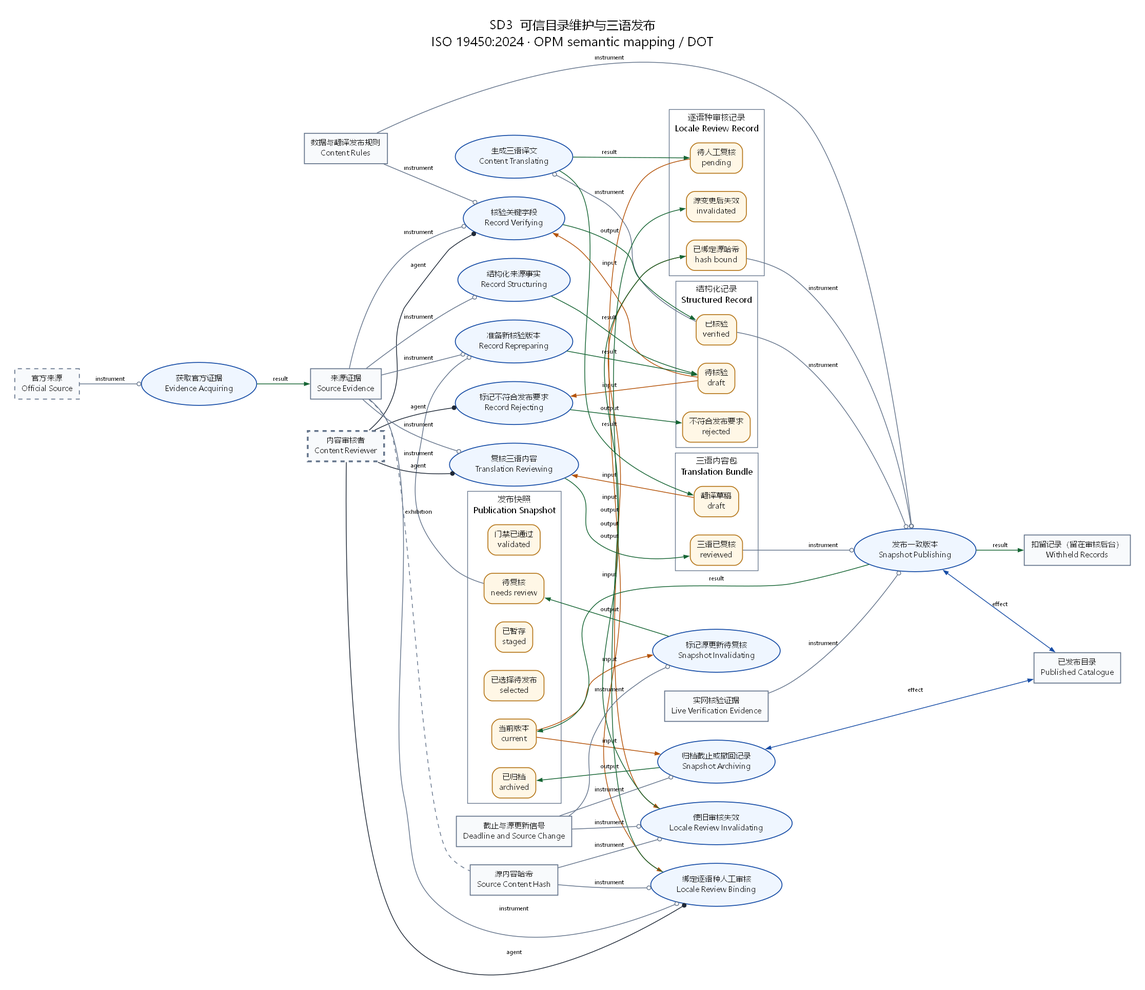
witold-andelie/Czech-Uni-Application keeps this Graphviz diagram as opm/SD3.png. Above is the earlier version. Its source is kept beside it as opm/SD3.dot.
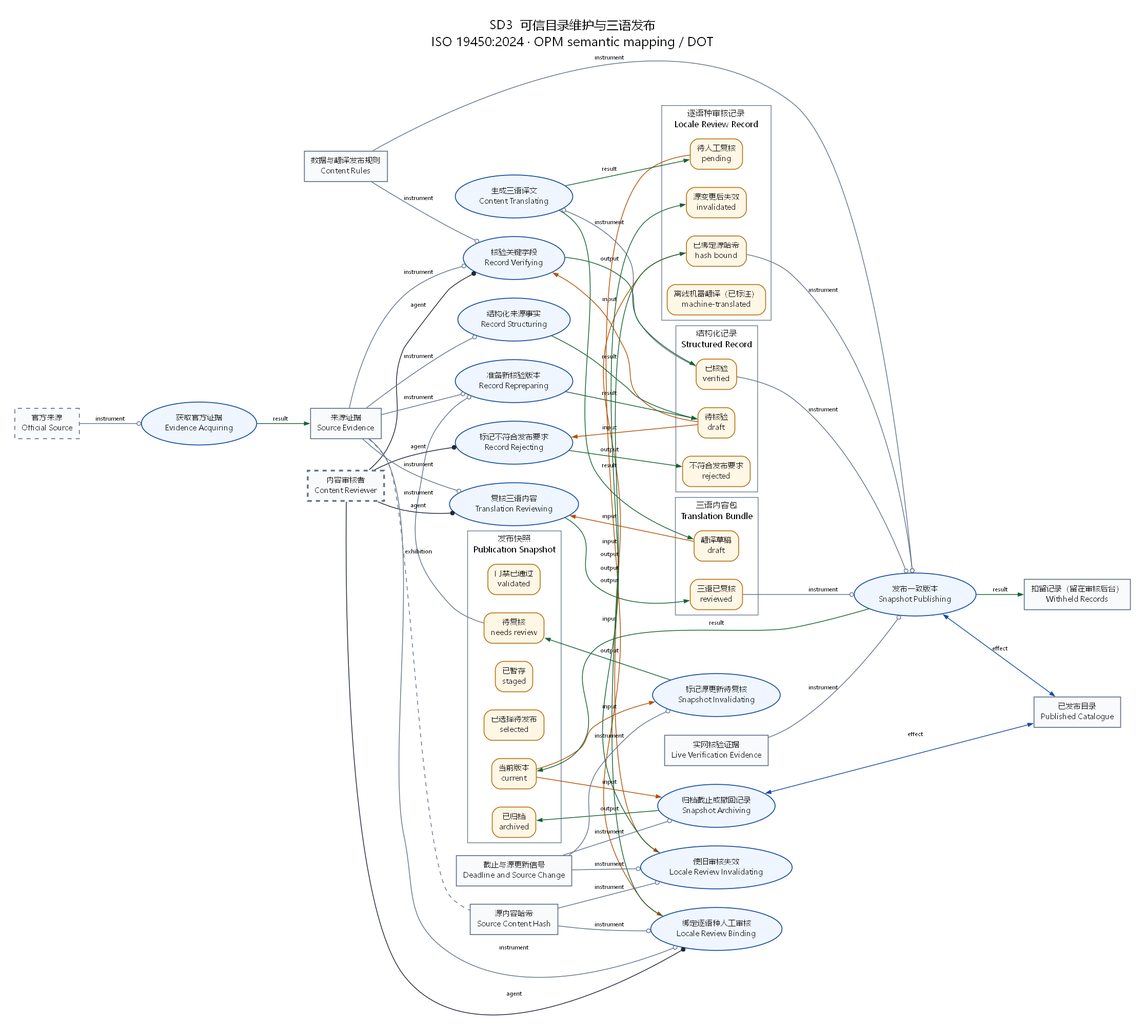
The same file after the commit.

Diff of the diagram source:
```diff
@@ -15,6 +15,7 @@
   }
   subgraph cluster_localereview {
     graph [label="逐语种审核记录\nLocale Review Record", color="#64748B", style="solid", fontsize="12", opm_kind="object", opm_id="localereview"];
+    machinetranslated [label="离线机器翻译（已标注）\nmachine-translated", shape="box", style="rounded,filled", fillcolor="#FFF7E6", color="#B7791F", opm_kind="state", opm_owner="localereview"];
     reviewbound [label="已绑定源哈希\nhash bound", shape="box", style="rounded,filled", fillcolor="#FFF7E6", color="#B7791F", opm_kind="state", opm_owner="localereview"];
     reviewinvalid [label="源变更后失效\ninvalidated", shape="box", style="rounded,filled", fillcolor="#FFF7E6", color="#B7791F", opm_kind="state", opm_owner="localereview"];
     reviewpending [label="待人工复核\npending", shape="box", style="rounded,filled", fillcolor="#FFF7E6", color="#B7791F", opm_kind="state", opm_owner="localereview"];
```
